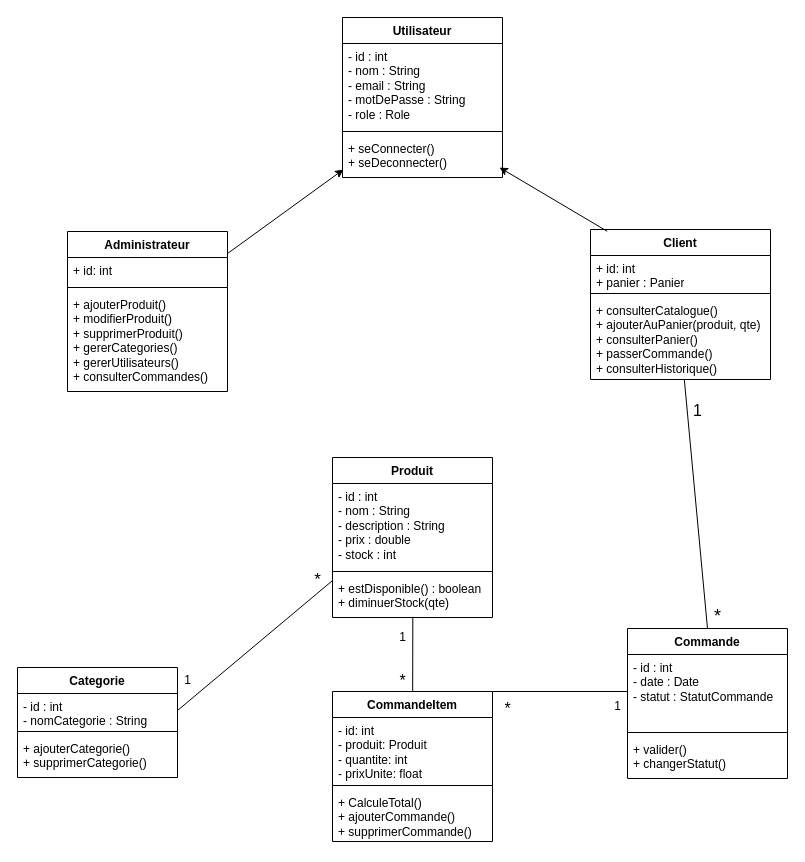
The draw.io diagram conception/DC.drawio in Makhfi-03/D-veloppement-d-une-application-web-e-commerce-pour-la-vente-de-produits-lectroniques, before the edit. Source tidied: cells renumbered, new cells numbered last; positions are measured from the earlier drawing's top-left corner, leaving out a move shared by most shapes. Both pictures are drawn from the tidied source at 100%, with x=0, y=0 at pixel (17, 17).
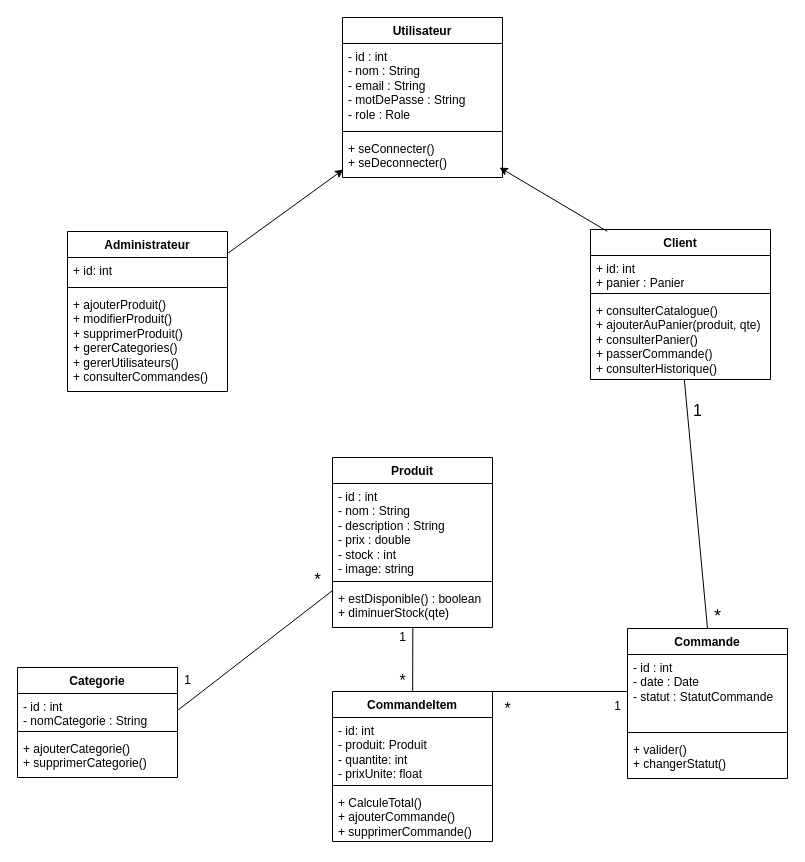
After the change.

What changed in the source:
```diff
@@
     <mxCell id="6" value="Produit" style="swimlane;fontStyle=1;align=center;verticalAlign=top;horizontal=1;startSize=26;whiteSpace=wrap;html=1;" parent="1" vertex="1">
-      <mxGeometry x="315" y="440" width="160" height="160" as="geometry" />
+      <mxGeometry x="315" y="440" width="160" height="170" as="geometry" />
     </mxCell>
-    <mxCell id="7" value="&lt;div&gt;&lt;font color=&quot;#000000&quot;&gt;- id : int&lt;/font&gt;&lt;/div&gt;&lt;div&gt;&lt;font color=&quot;#000000&quot;&gt;- nom : String&lt;/font&gt;&lt;/div&gt;&lt;div&gt;&lt;font color=&quot;#000000&quot;&gt;- description : String&lt;/font&gt;&lt;/div&gt;&lt;div&gt;&lt;font color=&quot;#000000&quot;&gt;- prix : double&lt;/font&gt;&lt;/div&gt;&lt;div&gt;&lt;font color=&quot;#000000&quot;&gt;- stock : int&lt;br&gt;&lt;/font&gt;&lt;/div&gt;" style="text;strokeColor=none;fillColor=none;align=left;verticalAlign=top;spacingLeft=4;spacingRight=4;overflow=hidden;whiteSpace=wrap;html=1;" parent="6" vertex="1">
-      <mxGeometry y="26" width="160" height="84" as="geometry" />
+    <mxCell id="7" value="&lt;div&gt;&lt;font color=&quot;#000000&quot;&gt;- id : int&lt;/font&gt;&lt;/div&gt;&lt;div&gt;&lt;font color=&quot;#000000&quot;&gt;- nom : String&lt;/font&gt;&lt;/div&gt;&lt;div&gt;&lt;font color=&quot;#000000&quot;&gt;- description : String&lt;/font&gt;&lt;/div&gt;&lt;div&gt;&lt;font color=&quot;#000000&quot;&gt;- prix : double&lt;/font&gt;&lt;/div&gt;&lt;div&gt;&lt;font color=&quot;#000000&quot;&gt;- stock : int&lt;br&gt;&lt;/font&gt;&lt;/div&gt;&lt;div&gt;&lt;font color=&quot;#000000&quot;&gt;- image: string&lt;/font&gt;&lt;/div&gt;" style="text;strokeColor=none;fillColor=none;align=left;verticalAlign=top;spacingLeft=4;spacingRight=4;overflow=hidden;whiteSpace=wrap;html=1;" parent="6" vertex="1">
+      <mxGeometry y="26" width="160" height="94" as="geometry" />
     </mxCell>
     <mxCell id="8" style="line;strokeWidth=1;fillColor=none;align=left;verticalAlign=middle;spacingTop=-1;spacingLeft=3;spacingRight=3;labelPosition=right;strokeColor=inherit;" parent="6" vertex="1">
-      <mxGeometry y="110" width="160" height="8" as="geometry" />
+      <mxGeometry y="120" width="160" height="8" as="geometry" />
     </mxCell>
     <mxCell id="9" value="&lt;div&gt;&lt;font color=&quot;#000000&quot;&gt;+ estDisponible() : boolean&lt;/font&gt;&lt;/div&gt;&lt;div&gt;&lt;font color=&quot;#000000&quot;&gt;+ diminuerStock(qte)&lt;/font&gt;&lt;/div&gt;" style="text;strokeColor=none;fillColor=none;align=left;verticalAlign=top;spacingLeft=4;spacingRight=4;overflow=hidden;points=[[0,0.5],[1,0.5]];portConstraint=eastwest;whiteSpace=wrap;html=1;" parent="6" vertex="1">
-      <mxGeometry y="118" width="160" height="42" as="geometry" />
+      <mxGeometry y="128" width="160" height="42" as="geometry" />
     </mxCell>
```
